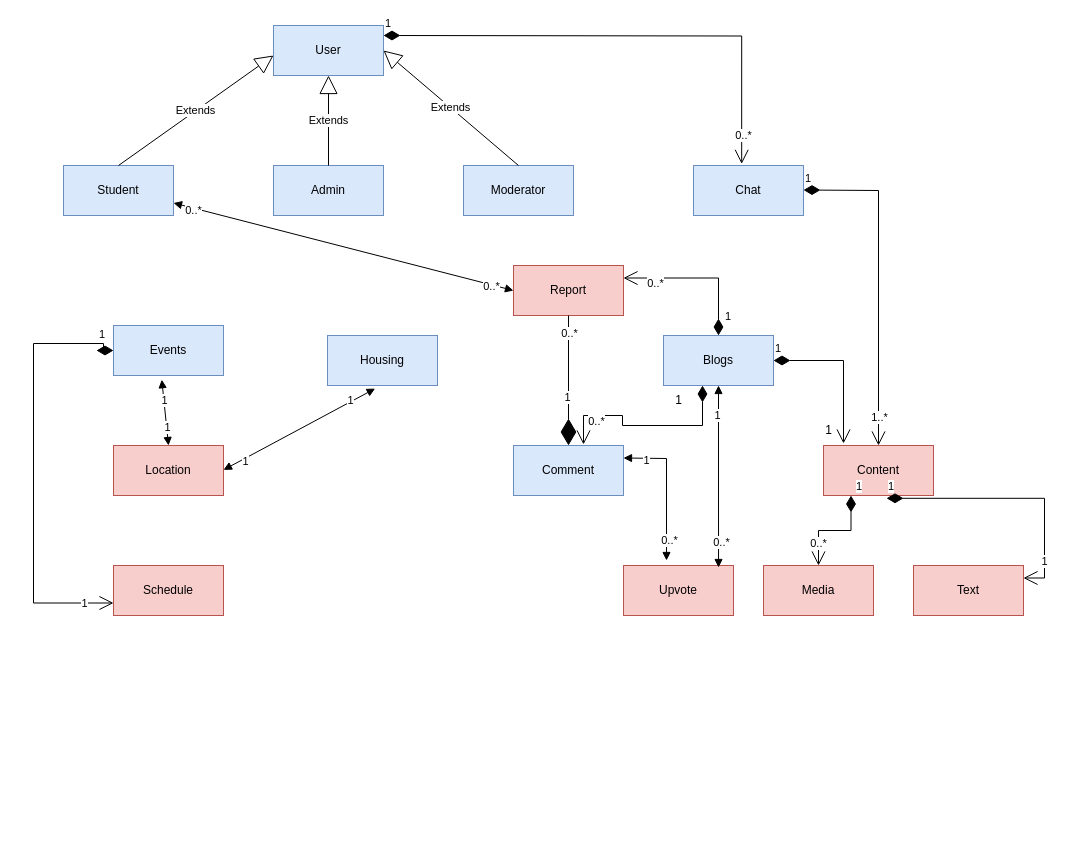
This is Project DDD.drawio from saikrishna1501/PeerPulse, a draw.io file, before an edit. Source tidied: cells renumbered, new cells numbered last; positions are measured from the earlier drawing's top-left corner, leaving out a move shared by most shapes. Both pictures are drawn from the tidied source at 100%, with x=0, y=0 at pixel (33, 25).
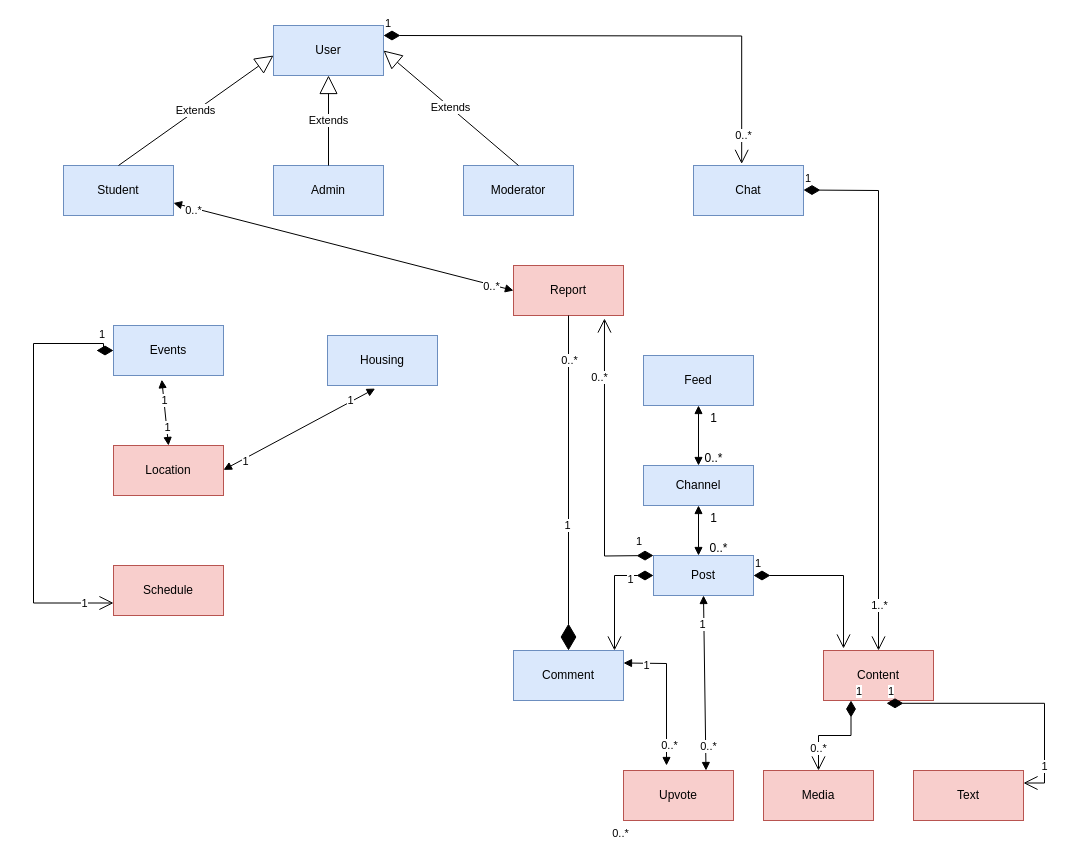
After the change.

The change refers to these unchanged cells:
```xml
<mxCell id="17" value="Report" style="html=1;whiteSpace=wrap;fillColor=#f8cecc;strokeColor=#b85450;" parent="1" vertex="1">
  <mxGeometry x="480" y="240" width="110" height="50" as="geometry" />
</mxCell>
```

The edit, as a diff of the source:
```diff
@@
     <mxCell id="9" value="Comment" style="html=1;whiteSpace=wrap;fillColor=#dae8fc;strokeColor=#6c8ebf;" parent="1" vertex="1">
-      <mxGeometry x="480" y="420" width="110" height="50" as="geometry" />
+      <mxGeometry x="480" y="625" width="110" height="50" as="geometry" />
     </mxCell>
@@
-    <mxCell id="12" value="Blogs" style="html=1;whiteSpace=wrap;fillColor=#dae8fc;strokeColor=#6c8ebf;" parent="1" vertex="1">
-      <mxGeometry x="630" y="310" width="110" height="50" as="geometry" />
+    <mxCell id="12" value="Feed" style="html=1;whiteSpace=wrap;fillColor=#dae8fc;strokeColor=#6c8ebf;" parent="1" vertex="1">
+      <mxGeometry x="610" y="330" width="110" height="50" as="geometry" />
     </mxCell>
     <mxCell id="13" value="Upvote" style="html=1;whiteSpace=wrap;fillColor=#f8cecc;strokeColor=#b85450;" parent="1" vertex="1">
-      <mxGeometry x="590" y="540" width="110" height="50" as="geometry" />
+      <mxGeometry x="590" y="745" width="110" height="50" as="geometry" />
     </mxCell>
     <mxCell id="14" value="Media" style="html=1;whiteSpace=wrap;fillColor=#f8cecc;strokeColor=#b85450;" parent="1" vertex="1">
-      <mxGeometry x="730" y="540" width="110" height="50" as="geometry" />
+      <mxGeometry x="730" y="745" width="110" height="50" as="geometry" />
     </mxCell>
     <mxCell id="15" value="Content" style="html=1;whiteSpace=wrap;fillColor=#f8cecc;strokeColor=#b85450;" parent="1" vertex="1">
-      <mxGeometry x="790" y="420" width="110" height="50" as="geometry" />
+      <mxGeometry x="790" y="625" width="110" height="50" as="geometry" />
     </mxCell>
     <mxCell id="16" value="Text" style="html=1;whiteSpace=wrap;fillColor=#f8cecc;strokeColor=#b85450;" parent="1" vertex="1">
-      <mxGeometry x="880" y="540" width="110" height="50" as="geometry" />
+      <mxGeometry x="880" y="745" width="110" height="50" as="geometry" />
     </mxCell>
@@
     <mxCell id="36" value="1" style="endArrow=open;html=1;endSize=12;startArrow=diamondThin;startSize=14;startFill=1;edgeStyle=orthogonalEdgeStyle;align=left;verticalAlign=bottom;rounded=0;exitX=0.573;exitY=1.056;exitDx=0;exitDy=0;exitPerimeter=0;entryX=1;entryY=0.25;entryDx=0;entryDy=0;" parent="1" edge="1" source="15" target="16">
       <mxGeometry x="-1" y="3" relative="1" as="geometry">
         <Array as="points">
-          <mxPoint x="1011" y="473" />
-          <mxPoint x="1011" y="553" />
+          <mxPoint x="1011" y="678" />
+          <mxPoint x="1011" y="758" />
         </Array>
       </mxGeometry>
     </mxCell>
@@
-    <mxCell id="40" value="1" style="endArrow=open;html=1;endSize=12;startArrow=diamondThin;startSize=14;startFill=1;edgeStyle=orthogonalEdgeStyle;align=left;verticalAlign=bottom;rounded=0;exitX=0.5;exitY=0;exitDx=0;exitDy=0;entryX=1;entryY=0.25;entryDx=0;entryDy=0;" parent="1" edge="1" source="12" target="17">
-      <mxGeometry x="-0.87" y="-5" relative="1" as="geometry" />
+    <mxCell id="40" value="1" style="endArrow=open;html=1;endSize=12;startArrow=diamondThin;startSize=14;startFill=1;edgeStyle=orthogonalEdgeStyle;align=left;verticalAlign=bottom;rounded=0;entryX=0.827;entryY=1.06;entryDx=0;entryDy=0;entryPerimeter=0;" parent="1" edge="1" target="17">
+      <mxGeometry x="-0.87" y="-5" relative="1" as="geometry">
+        <mxPoint x="620" y="530" as="sourcePoint" />
+      </mxGeometry>
     </mxCell>
@@
-    <mxCell id="45" value="1" style="endArrow=open;html=1;endSize=12;startArrow=diamondThin;startSize=14;startFill=1;edgeStyle=orthogonalEdgeStyle;align=left;verticalAlign=bottom;rounded=0;entryX=0.182;entryY=-0.04;entryDx=0;entryDy=0;entryPerimeter=0;exitX=1;exitY=0.5;exitDx=0;exitDy=0;" parent="1" edge="1" source="12" target="15">
+    <mxCell id="45" value="1" style="endArrow=open;html=1;endSize=12;startArrow=diamondThin;startSize=14;startFill=1;edgeStyle=orthogonalEdgeStyle;align=left;verticalAlign=bottom;rounded=0;entryX=0.182;entryY=-0.04;entryDx=0;entryDy=0;entryPerimeter=0;exitX=1;exitY=0.5;exitDx=0;exitDy=0;" parent="1" edge="1" source="56" target="15">
       <mxGeometry x="-1" y="3" relative="1" as="geometry" />
     </mxCell>
-    <mxCell id="46" value="1" style="text;html=1;align=center;verticalAlign=middle;strokeColor=none;fillColor=none;" parent="1" vertex="1">
-      <mxGeometry x="780" y="390" width="30" height="30" as="geometry" />
-    </mxCell>
-    <mxCell id="47" style="endArrow=open;html=1;endSize=12;startArrow=diamondThin;startSize=14;startFill=1;edgeStyle=orthogonalEdgeStyle;align=left;verticalAlign=bottom;rounded=0;exitX=0.636;exitY=1.08;exitDx=0;exitDy=0;exitPerimeter=0;entryX=0.827;entryY=-0.02;entryDx=0;entryDy=0;entryPerimeter=0;" parent="1" edge="1">
-      <mxGeometry x="-0.87" y="-5" relative="1" as="geometry">
-        <mxPoint x="669" y="360" as="sourcePoint" />
-        <mxPoint x="550" y="419" as="targetPoint" />
-        <Array as="points">
-          <mxPoint x="669" y="400" />
-          <mxPoint x="589" y="400" />
-          <mxPoint x="589" y="390" />
-          <mxPoint x="550" y="390" />
-        </Array>
-      </mxGeometry>
-    </mxCell>
-    <mxCell id="48" value="0..*" style="edgeLabel;html=1;align=center;verticalAlign=middle;" parent="47" vertex="1">
-      <mxGeometry x="0.59" y="5" relative="1" as="geometry" />
-    </mxCell>
-    <mxCell id="49" value="1" style="text;html=1;align=center;verticalAlign=middle;strokeColor=none;fillColor=none;" parent="1" vertex="1">
-      <mxGeometry x="630" y="360" width="30" height="30" as="geometry" />
-    </mxCell>
-    <mxCell id="50" style="endArrow=block;startArrow=block;endFill=1;startFill=1;html=1;rounded=0;exitX=0.864;exitY=0.04;exitDx=0;exitDy=0;exitPerimeter=0;entryX=0.5;entryY=1;entryDx=0;entryDy=0;" parent="1" edge="1" source="13" target="12">
+    <mxCell id="50" style="endArrow=block;startArrow=block;endFill=1;startFill=1;html=1;rounded=0;exitX=0.75;exitY=0;exitDx=0;exitDy=0;entryX=0.5;entryY=1;entryDx=0;entryDy=0;" parent="1" edge="1" source="13" target="56">
       <mxGeometry relative="1" as="geometry" />
     </mxCell>
@@
     <mxCell id="53" style="endArrow=block;startArrow=block;endFill=1;startFill=1;html=1;rounded=0;exitX=0.391;exitY=-0.1;exitDx=0;exitDy=0;exitPerimeter=0;entryX=1;entryY=0.25;entryDx=0;entryDy=0;" parent="1" edge="1" source="13" target="9">
       <mxGeometry relative="1" as="geometry">
         <Array as="points">
-          <mxPoint x="633" y="433" />
+          <mxPoint x="633" y="638" />
         </Array>
       </mxGeometry>
     </mxCell>
@@
+    <mxCell id="56" value="Post" style="whiteSpace=wrap;html=1;fillColor=#dae8fc;strokeColor=#6c8ebf;" parent="1" vertex="1">
+      <mxGeometry x="620" y="530" width="100" height="40" as="geometry" />
+    </mxCell>
+    <mxCell id="57" style="endArrow=open;html=1;endSize=12;startArrow=diamondThin;startSize=14;startFill=1;edgeStyle=orthogonalEdgeStyle;align=left;verticalAlign=bottom;rounded=0;exitX=0;exitY=0.5;exitDx=0;exitDy=0;" parent="1" edge="1" source="56">
+      <mxGeometry x="-0.87" y="-5" relative="1" as="geometry">
+        <mxPoint x="581" y="625" as="targetPoint" />
+        <Array as="points">
+          <mxPoint x="581" y="550" />
+        </Array>
+      </mxGeometry>
+    </mxCell>
+    <mxCell id="48" value="0..*" style="edgeLabel;html=1;align=center;verticalAlign=middle;" parent="57" vertex="1">
+      <mxGeometry x="0.59" y="5" relative="1" as="geometry">
+        <mxPoint y="205" as="offset" />
+      </mxGeometry>
+    </mxCell>
+    <mxCell id="58" value="1" style="edgeLabel;html=1;align=center;verticalAlign=middle;" parent="57" vertex="1">
+      <mxGeometry x="-0.58" y="3" relative="1" as="geometry" />
+    </mxCell>
+    <mxCell id="59" value="Channel" style="whiteSpace=wrap;html=1;fillColor=#dae8fc;strokeColor=#6c8ebf;" parent="1" vertex="1">
+      <mxGeometry x="610" y="440" width="110" height="40" as="geometry" />
+    </mxCell>
+    <mxCell id="60" style="endArrow=block;startArrow=block;endFill=1;startFill=1;html=1;rounded=0;exitX=0.5;exitY=1;exitDx=0;exitDy=0;entryX=0.5;entryY=0;entryDx=0;entryDy=0;" parent="1" edge="1" source="12" target="59">
+      <mxGeometry relative="1" as="geometry" />
+    </mxCell>
+    <mxCell id="61" value="1" style="text;html=1;align=center;verticalAlign=middle;strokeColor=none;fillColor=none;" parent="1" vertex="1">
+      <mxGeometry x="665" y="378" width="30" height="30" as="geometry" />
+    </mxCell>
+    <mxCell id="62" value="0..*" style="text;html=1;align=center;verticalAlign=middle;strokeColor=none;fillColor=none;" parent="1" vertex="1">
+      <mxGeometry x="660" y="418" width="40" height="30" as="geometry" />
+    </mxCell>
+    <mxCell id="63" style="endArrow=block;startArrow=block;endFill=1;startFill=1;html=1;rounded=0;exitX=0.5;exitY=1;exitDx=0;exitDy=0;" parent="1" edge="1">
+      <mxGeometry relative="1" as="geometry">
+        <mxPoint x="665" y="480" as="sourcePoint" />
+        <mxPoint x="665" y="530" as="targetPoint" />
+      </mxGeometry>
+    </mxCell>
+    <mxCell id="64" value="1" style="text;html=1;align=center;verticalAlign=middle;strokeColor=none;fillColor=none;" parent="1" vertex="1">
+      <mxGeometry x="665" y="478" width="30" height="30" as="geometry" />
+    </mxCell>
+    <mxCell id="65" value="0..*" style="text;html=1;align=center;verticalAlign=middle;strokeColor=none;fillColor=none;" parent="1" vertex="1">
+      <mxGeometry x="665" y="508" width="40" height="30" as="geometry" />
+    </mxCell>
```
